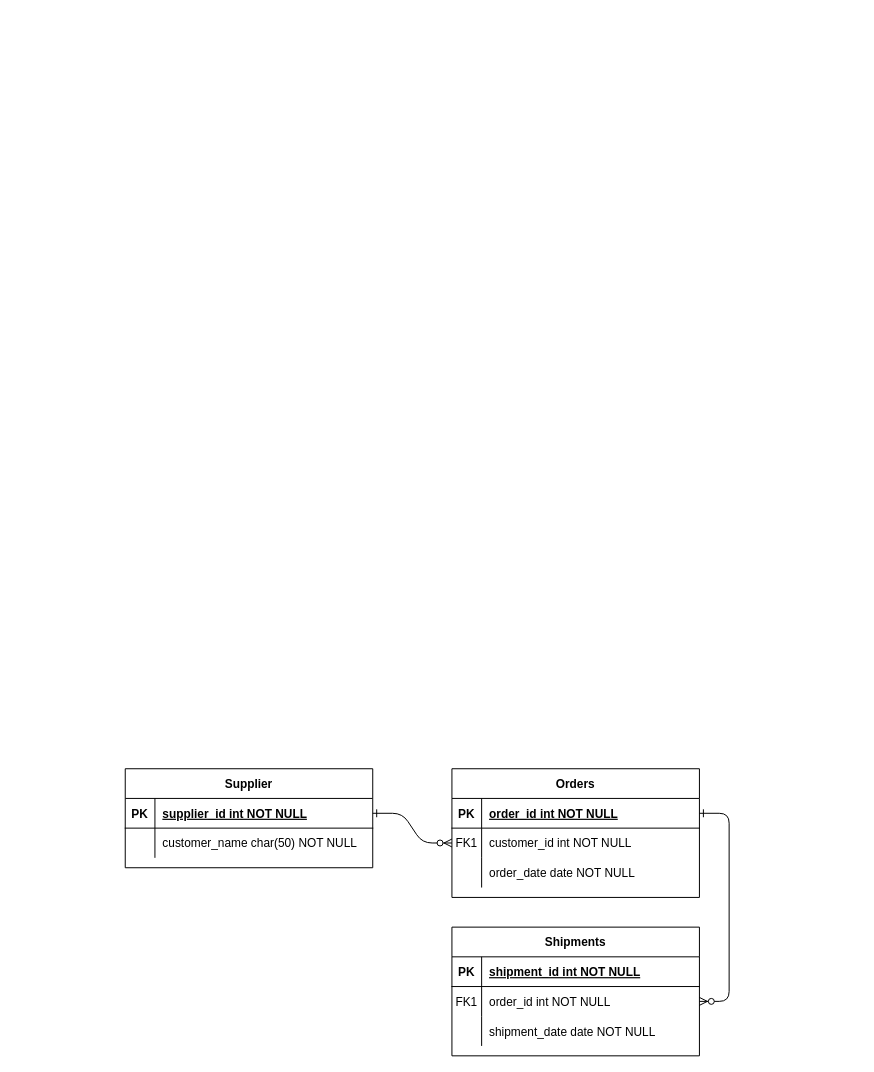
The draw.io diagram diagrams/ERD.drawio in BhathiyaPrasad/odoo-inventory-pasalka, before the edit. Source tidied: cells renumbered, new cells numbered last; positions are measured from the earlier drawing's top-left corner, leaving out a move shared by most shapes. Both pictures are drawn from the tidied source at 99%, with x=0, y=0 at pixel (125, 768).
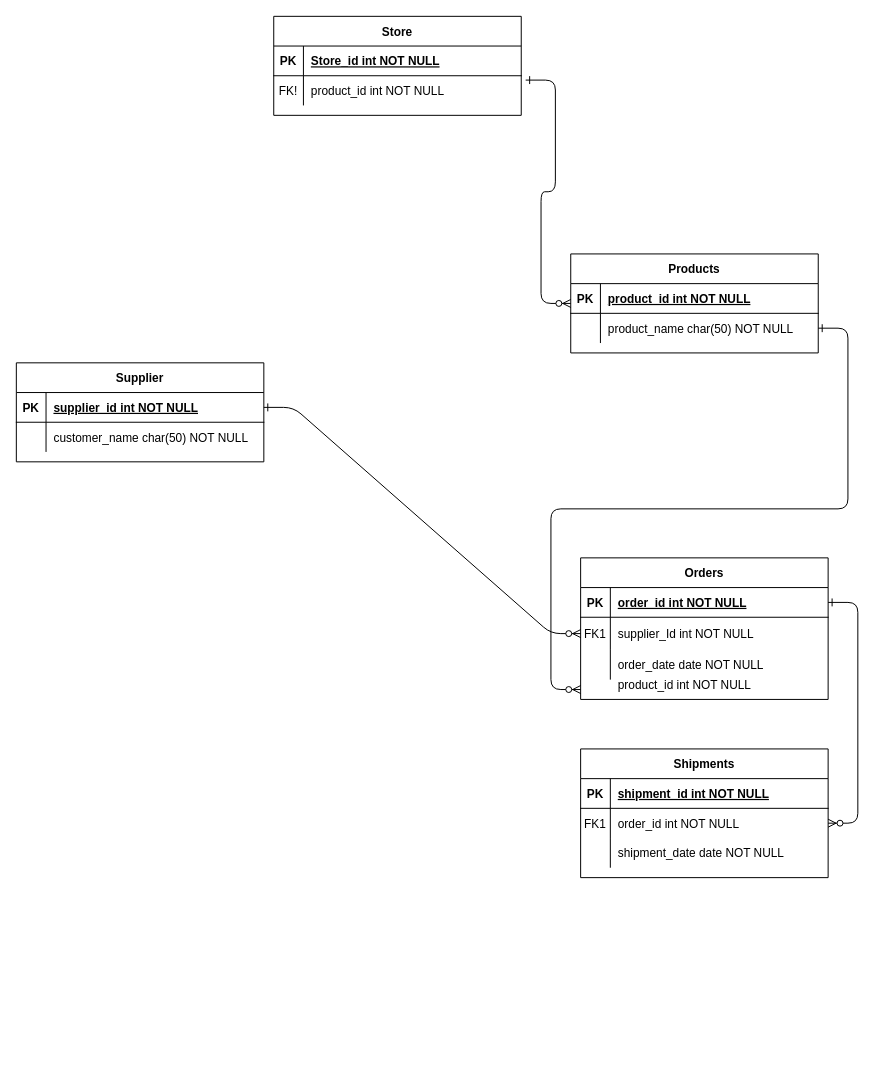
Above is the later version.

What changed in the source:
```diff
@@
     <mxCell id="4" value="Orders" style="shape=table;startSize=30;childLayout=tableLayout;rowLines=0;fontStyle=1;align=center;" parent="1" vertex="1">
-      <mxGeometry x="330" width="250" height="130" as="geometry" />
+      <mxGeometry x="460" y="-213" width="250" height="143" as="geometry" />
     </mxCell>
@@
     <mxCell id="8" style="shape=partialRectangle;fillColor=none;points=[[0,0.5],[1,0.5]];portConstraint=eastwest;top=0;left=0;right=0;bottom=0;" parent="4" vertex="1">
-      <mxGeometry y="60" width="250" height="30" as="geometry" />
+      <mxGeometry y="60" width="250" height="33" as="geometry" />
     </mxCell>
     <mxCell id="9" value="FK1" style="shape=partialRectangle;overflow=hidden;fillColor=none;top=0;left=0;bottom=0;right=0;" parent="8" vertex="1">
-      <mxGeometry width="30" height="30" as="geometry" />
+      <mxGeometry width="30" height="33" as="geometry" />
     </mxCell>
-    <mxCell id="10" value="customer_id int NOT NULL" style="shape=partialRectangle;overflow=hidden;fillColor=none;top=0;left=0;bottom=0;right=0;align=left;spacingLeft=6;" parent="8" vertex="1">
-      <mxGeometry x="30" width="220" height="30" as="geometry" />
+    <mxCell id="10" value="supplier_Id int NOT NULL" style="shape=partialRectangle;overflow=hidden;fillColor=none;top=0;left=0;bottom=0;right=0;align=left;spacingLeft=6;" parent="8" vertex="1">
+      <mxGeometry x="30" width="220" height="33" as="geometry" />
     </mxCell>
     <mxCell id="11" style="shape=partialRectangle;fillColor=none;top=0;left=0;right=0;bottom=0;" parent="4" vertex="1">
-      <mxGeometry y="90" width="250" height="30" as="geometry" />
+      <mxGeometry y="93" width="250" height="30" as="geometry" />
     </mxCell>
@@
     <mxCell id="14" value="Shipments" style="shape=table;startSize=30;childLayout=tableLayout;rowLines=0;fontStyle=1;align=center;" parent="1" vertex="1">
-      <mxGeometry x="330" y="160" width="250" height="130" as="geometry" />
+      <mxGeometry x="460" y="-20" width="250" height="130" as="geometry" />
     </mxCell>
@@
     <mxCell id="24" value="Supplier" style="shape=table;startSize=30;childLayout=tableLayout;rowLines=0;fontStyle=1;align=center;" parent="1" vertex="1">
-      <mxGeometry width="250" height="100" as="geometry" />
+      <mxGeometry x="-110" y="-410" width="250" height="100" as="geometry" />
     </mxCell>
@@
+    <mxCell id="31" value="Products" style="shape=table;startSize=30;childLayout=tableLayout;rowLines=0;fontStyle=1;align=center;" parent="1" vertex="1">
+      <mxGeometry x="450" y="-520" width="250" height="100" as="geometry" />
+    </mxCell>
+    <mxCell id="32" style="shape=partialRectangle;fillColor=none;top=0;left=0;right=0;bottom=1;" parent="31" vertex="1">
+      <mxGeometry y="30" width="250" height="30" as="geometry" />
+    </mxCell>
+    <mxCell id="33" value="PK" style="shape=partialRectangle;overflow=hidden;fillColor=none;top=0;left=0;bottom=0;right=0;fontStyle=1;" parent="32" vertex="1">
+      <mxGeometry width="30" height="30" as="geometry" />
+    </mxCell>
+    <mxCell id="34" value="product_id int NOT NULL " style="shape=partialRectangle;overflow=hidden;fillColor=none;top=0;left=0;bottom=0;right=0;align=left;spacingLeft=6;fontStyle=5;" parent="32" vertex="1">
+      <mxGeometry x="30" width="220" height="30" as="geometry" />
+    </mxCell>
+    <mxCell id="35" style="shape=partialRectangle;fillColor=none;points=[[0,0.5],[1,0.5]];portConstraint=eastwest;top=0;left=0;right=0;bottom=0;" parent="31" vertex="1">
+      <mxGeometry y="60" width="250" height="30" as="geometry" />
+    </mxCell>
+    <mxCell id="36" style="shape=partialRectangle;overflow=hidden;fillColor=none;top=0;left=0;bottom=0;right=0;" parent="35" vertex="1">
+      <mxGeometry width="30" height="30" as="geometry" />
+    </mxCell>
+    <mxCell id="37" value="product_name char(50) NOT NULL" style="shape=partialRectangle;overflow=hidden;fillColor=none;top=0;left=0;bottom=0;right=0;align=left;spacingLeft=6;" parent="35" vertex="1">
+      <mxGeometry x="30" width="220" height="30" as="geometry" />
+    </mxCell>
+    <mxCell id="38" value="Store" style="shape=table;startSize=30;childLayout=tableLayout;rowLines=0;fontStyle=1;align=center;" parent="1" vertex="1">
+      <mxGeometry x="150" y="-760" width="250" height="100" as="geometry" />
+    </mxCell>
+    <mxCell id="39" style="shape=partialRectangle;fillColor=none;top=0;left=0;right=0;bottom=1;" parent="38" vertex="1">
+      <mxGeometry y="30" width="250" height="30" as="geometry" />
+    </mxCell>
+    <mxCell id="40" value="PK" style="shape=partialRectangle;overflow=hidden;fillColor=none;top=0;left=0;bottom=0;right=0;fontStyle=1;" parent="39" vertex="1">
+      <mxGeometry width="30" height="30" as="geometry" />
+    </mxCell>
+    <mxCell id="41" value="Store_id int NOT NULL " style="shape=partialRectangle;overflow=hidden;fillColor=none;top=0;left=0;bottom=0;right=0;align=left;spacingLeft=6;fontStyle=5;" parent="39" vertex="1">
+      <mxGeometry x="30" width="220" height="30" as="geometry" />
+    </mxCell>
+    <mxCell id="42" style="shape=partialRectangle;fillColor=none;points=[[0,0.5],[1,0.5]];portConstraint=eastwest;top=0;left=0;right=0;bottom=0;" parent="38" vertex="1">
+      <mxGeometry y="60" width="250" height="30" as="geometry" />
+    </mxCell>
+    <mxCell id="43" value="FK!" style="shape=partialRectangle;overflow=hidden;fillColor=none;top=0;left=0;bottom=0;right=0;" parent="42" vertex="1">
+      <mxGeometry width="30" height="30" as="geometry" />
+    </mxCell>
+    <mxCell id="44" value="product_id int NOT NULL" style="shape=partialRectangle;overflow=hidden;fillColor=none;top=0;left=0;bottom=0;right=0;align=left;spacingLeft=6;" parent="42" vertex="1">
+      <mxGeometry x="30" width="220" height="30" as="geometry" />
+    </mxCell>
+    <mxCell id="45" style="edgeStyle=entityRelationEdgeStyle;endArrow=ERzeroToMany;startArrow=ERone;endFill=1;startFill=0;exitX=1.018;exitY=0.147;exitDx=0;exitDy=0;exitPerimeter=0;" parent="1" edge="1" source="42">
+      <mxGeometry relative="1" as="geometry">
+        <mxPoint x="450" y="-470" as="targetPoint" />
+      </mxGeometry>
+    </mxCell>
+    <mxCell id="46" style="edgeStyle=entityRelationEdgeStyle;endArrow=ERzeroToMany;startArrow=ERone;endFill=1;startFill=0;exitX=1;exitY=0.5;exitDx=0;exitDy=0;" parent="1" edge="1" source="35">
+      <mxGeometry relative="1" as="geometry">
+        <mxPoint x="460" y="-80" as="targetPoint" />
+        <Array as="points">
+          <mxPoint x="440" y="-45" />
+        </Array>
+      </mxGeometry>
+    </mxCell>
+    <mxCell id="47" value="product_id int NOT NULL" style="shape=partialRectangle;overflow=hidden;fillColor=none;top=0;left=0;bottom=0;right=0;align=left;spacingLeft=6;" parent="1" vertex="1">
+      <mxGeometry x="490" y="-100" width="220" height="30" as="geometry" />
+    </mxCell>
```
